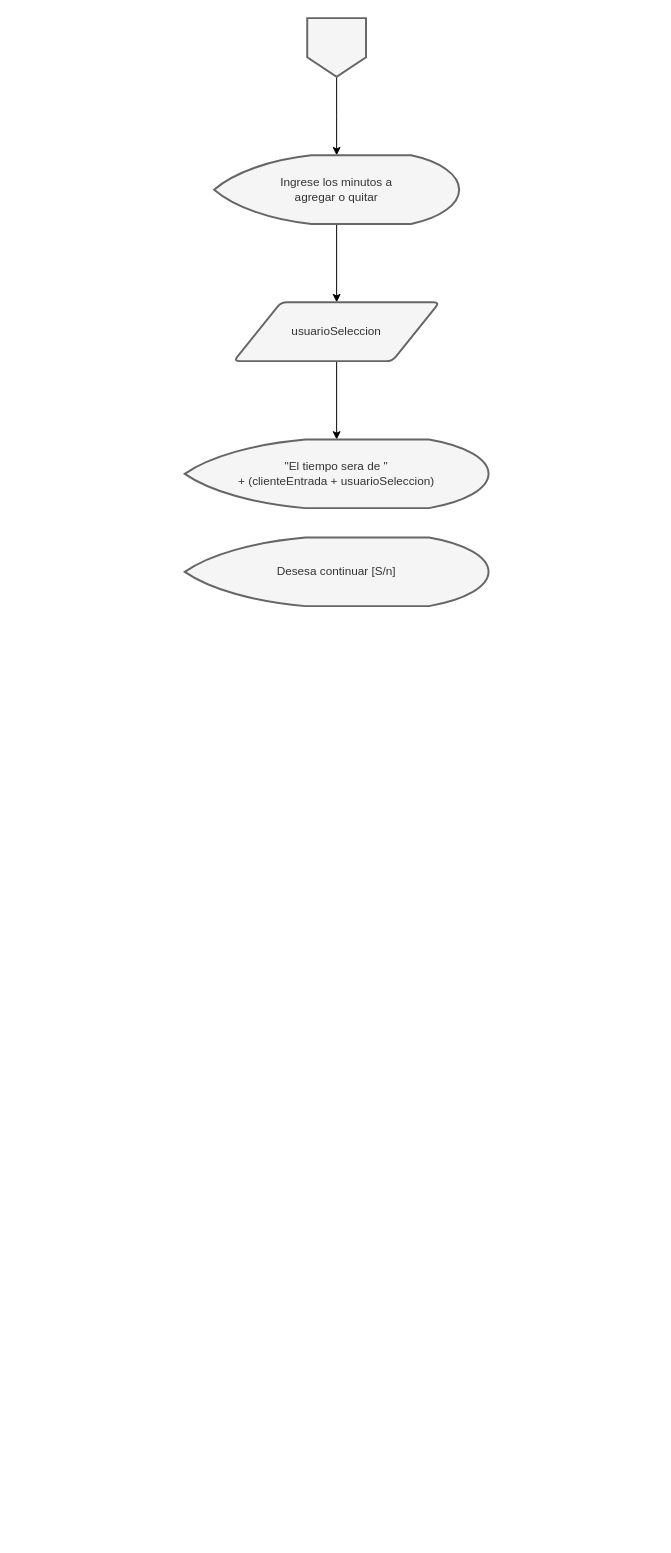
This is page "Simular Tiempo" (5 of 6) of docs/Graficos.drawio from xrmerida/SmartPark, a draw.io file, before an edit. Source tidied: cells renumbered, new cells numbered last; positions are measured from the earlier drawing's top-left corner, leaving out a move shared by most shapes. Both pictures are drawn from the tidied source at 98%, with x=0, y=0 at pixel (184, 18).
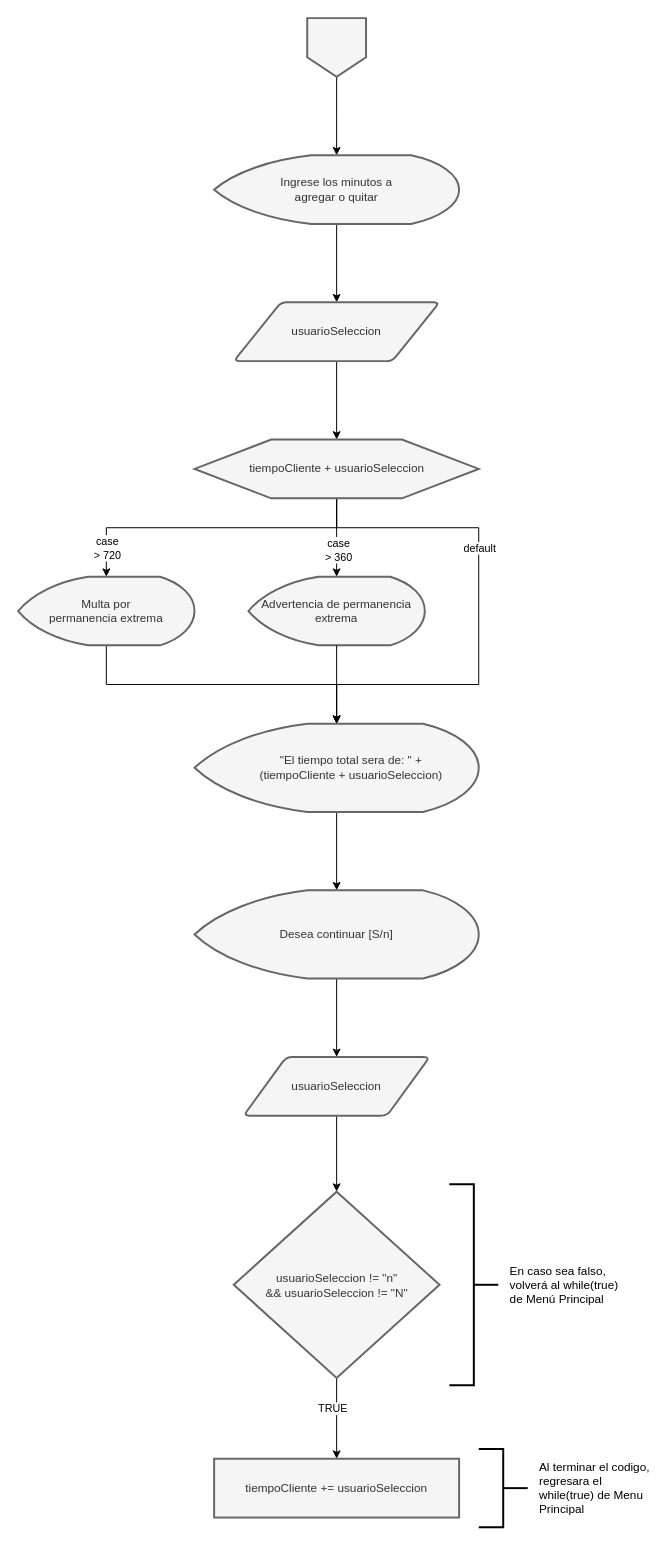
Above is the later version.

Unchanged cells that the change refers to:
```xml
<mxCell id="7" value="usuarioSeleccion" style="shape=parallelogram;html=1;strokeWidth=2;perimeter=parallelogramPerimeter;whiteSpace=wrap;rounded=1;arcSize=12;size=0.23;fillColor=#f5f5f5;fontColor=#333333;strokeColor=#666666;verticalAlign=middle;labelPosition=center;verticalLabelPosition=middle;align=center;" parent="1" vertex="1">
  <mxGeometry x="50" y="290" width="210" height="60" as="geometry" />
</mxCell>
```

The edit, as a diff of the source:
```diff
@@
-    <mxCell id="6" style="edgeStyle=orthogonalEdgeStyle;rounded=0;jettySize=auto;html=1;" parent="1" edge="1" source="7" target="8">
-      <mxGeometry relative="1" as="geometry" />
-    </mxCell>
+    <mxCell id="10" style="edgeStyle=orthogonalEdgeStyle;rounded=0;jettySize=auto;html=1;" parent="1" edge="1" source="7" target="16">
+      <mxGeometry relative="1" as="geometry" />
+    </mxCell>
@@
-    <mxCell id="8" value="&lt;div&gt;&quot;El tiempo sera de &quot;&lt;/div&gt;&lt;div&gt;+ (clienteEntrada + usuarioSeleccion)&lt;/div&gt;" style="strokeWidth=2;html=1;shape=mxgraph.flowchart.display;whiteSpace=wrap;fillColor=#f5f5f5;fontColor=#333333;strokeColor=#666666;verticalAlign=middle;labelPosition=center;verticalLabelPosition=middle;align=center;" parent="1" vertex="1">
-      <mxGeometry y="430" width="310" height="70" as="geometry" />
-    </mxCell>
-    <mxCell id="9" value="Desesa continuar [S/n]" style="strokeWidth=2;html=1;shape=mxgraph.flowchart.display;whiteSpace=wrap;fillColor=#f5f5f5;fontColor=#333333;strokeColor=#666666;verticalAlign=middle;labelPosition=center;verticalLabelPosition=middle;align=center;" parent="1" vertex="1">
-      <mxGeometry y="530" width="310" height="70" as="geometry" />
-    </mxCell>
+    <mxCell id="11" style="edgeStyle=orthogonalEdgeStyle;rounded=0;jettySize=auto;html=1;exitX=0.5;exitY=1;exitDx=0;exitDy=0;" parent="1" edge="1" source="16" target="18">
+      <mxGeometry relative="1" as="geometry">
+        <Array as="points">
+          <mxPoint x="155" y="520" />
+          <mxPoint x="-80" y="520" />
+        </Array>
+      </mxGeometry>
+    </mxCell>
+    <mxCell id="12" style="edgeStyle=orthogonalEdgeStyle;rounded=0;jettySize=auto;html=1;exitX=0.5;exitY=1;exitDx=0;exitDy=0;entryX=0.5;entryY=0;entryDx=0;entryDy=0;entryPerimeter=0;" parent="1" edge="1" source="16" target="22">
+      <mxGeometry relative="1" as="geometry">
+        <Array as="points">
+          <mxPoint x="155" y="520" />
+          <mxPoint x="300" y="520" />
+          <mxPoint x="300" y="680" />
+          <mxPoint x="155" y="680" />
+        </Array>
+      </mxGeometry>
+    </mxCell>
+    <mxCell id="13" value="default" style="edgeLabel;html=1;align=center;verticalAlign=middle;" parent="12" vertex="1">
+      <mxGeometry x="0.76" y="2" relative="1" as="geometry">
+        <mxPoint x="123" y="-142" as="offset" />
+      </mxGeometry>
+    </mxCell>
+    <mxCell id="14" style="edgeStyle=orthogonalEdgeStyle;rounded=0;jettySize=auto;html=1;exitX=0.5;exitY=1;exitDx=0;exitDy=0;" parent="1" edge="1" source="16" target="20">
+      <mxGeometry relative="1" as="geometry" />
+    </mxCell>
+    <mxCell id="15" value="&lt;div&gt;case&lt;/div&gt;&lt;div&gt;&amp;gt; 360&lt;/div&gt;" style="edgeLabel;html=1;align=center;verticalAlign=middle;" parent="14" vertex="1">
+      <mxGeometry x="0.31" y="1" relative="1" as="geometry" />
+    </mxCell>
+    <mxCell id="16" value="tiempoCliente + usuarioSeleccion" style="verticalLabelPosition=middle;verticalAlign=middle;html=1;shape=hexagon;perimeter=hexagonPerimeter2;arcSize=6;size=0.27;fillColor=#f5f5f5;fontColor=#333333;strokeColor=#666666;strokeWidth=2;labelPosition=center;align=center;" parent="1" vertex="1">
+      <mxGeometry x="10" y="430" width="290" height="60" as="geometry" />
+    </mxCell>
+    <mxCell id="17" style="edgeStyle=orthogonalEdgeStyle;rounded=0;jettySize=auto;html=1;exitX=0.5;exitY=1;exitDx=0;exitDy=0;exitPerimeter=0;" parent="1" edge="1" source="18" target="22">
+      <mxGeometry relative="1" as="geometry" />
+    </mxCell>
+    <mxCell id="18" value="&lt;div&gt;Multa por&lt;/div&gt;&lt;div&gt;permanencia extrema&lt;/div&gt;" style="strokeWidth=2;html=1;shape=mxgraph.flowchart.display;whiteSpace=wrap;fillColor=#f5f5f5;fontColor=#333333;strokeColor=#666666;verticalAlign=middle;labelPosition=center;verticalLabelPosition=middle;align=center;" parent="1" vertex="1">
+      <mxGeometry x="-170" y="570" width="180" height="70" as="geometry" />
+    </mxCell>
+    <mxCell id="19" value="&lt;div&gt;case&lt;/div&gt;&lt;div&gt;&amp;gt; 720&lt;/div&gt;" style="edgeLabel;html=1;align=center;verticalAlign=middle;" parent="1" vertex="1">
+      <mxGeometry x="-80" y="540" as="geometry" />
+    </mxCell>
+    <mxCell id="20" value="Advertencia de permanencia extrema" style="strokeWidth=2;html=1;shape=mxgraph.flowchart.display;whiteSpace=wrap;fillColor=#f5f5f5;fontColor=#333333;strokeColor=#666666;verticalAlign=middle;labelPosition=center;verticalLabelPosition=middle;align=center;" parent="1" vertex="1">
+      <mxGeometry x="65" y="570" width="180" height="70" as="geometry" />
+    </mxCell>
+    <mxCell id="21" style="edgeStyle=orthogonalEdgeStyle;rounded=0;jettySize=auto;html=1;" parent="1" edge="1" source="22" target="25">
+      <mxGeometry relative="1" as="geometry" />
+    </mxCell>
+    <mxCell id="22" value="&lt;div&gt;&amp;nbsp; &amp;nbsp; &amp;nbsp; &amp;nbsp; &amp;nbsp; &quot;El tiempo total sera de: &quot; +&amp;nbsp;&lt;/div&gt;&lt;div&gt;&amp;nbsp; &amp;nbsp; &amp;nbsp; &amp;nbsp; &amp;nbsp;(tiempoCliente + usuarioSeleccion)&lt;/div&gt;" style="strokeWidth=2;html=1;shape=mxgraph.flowchart.display;whiteSpace=wrap;fillColor=#f5f5f5;fontColor=#333333;strokeColor=#666666;verticalAlign=middle;labelPosition=center;verticalLabelPosition=middle;align=center;" parent="1" vertex="1">
+      <mxGeometry x="10" y="720" width="290" height="90" as="geometry" />
+    </mxCell>
+    <mxCell id="23" style="edgeStyle=orthogonalEdgeStyle;rounded=0;jettySize=auto;html=1;exitX=0.5;exitY=1;exitDx=0;exitDy=0;exitPerimeter=0;entryX=0.5;entryY=0;entryDx=0;entryDy=0;entryPerimeter=0;" parent="1" edge="1" source="20" target="22">
+      <mxGeometry relative="1" as="geometry" />
+    </mxCell>
+    <mxCell id="24" style="edgeStyle=orthogonalEdgeStyle;rounded=0;jettySize=auto;html=1;" parent="1" edge="1" source="25" target="27">
+      <mxGeometry relative="1" as="geometry" />
+    </mxCell>
+    <mxCell id="25" value="Desea continuar [S/n]" style="strokeWidth=2;html=1;shape=mxgraph.flowchart.display;whiteSpace=wrap;fillColor=#f5f5f5;fontColor=#333333;strokeColor=#666666;verticalAlign=middle;labelPosition=center;verticalLabelPosition=middle;align=center;" parent="1" vertex="1">
+      <mxGeometry x="10" y="890" width="290" height="90" as="geometry" />
+    </mxCell>
+    <mxCell id="26" style="edgeStyle=orthogonalEdgeStyle;rounded=0;jettySize=auto;html=1;" parent="1" edge="1" source="27" target="30">
+      <mxGeometry relative="1" as="geometry" />
+    </mxCell>
+    <mxCell id="27" value="usuarioSeleccion" style="shape=parallelogram;html=1;strokeWidth=2;perimeter=parallelogramPerimeter;whiteSpace=wrap;rounded=1;arcSize=12;size=0.23;fillColor=#f5f5f5;fontColor=#333333;strokeColor=#666666;verticalAlign=middle;align=center;labelPosition=center;verticalLabelPosition=middle;" parent="1" vertex="1">
+      <mxGeometry x="60" y="1060" width="190" height="60" as="geometry" />
+    </mxCell>
+    <mxCell id="28" style="edgeStyle=orthogonalEdgeStyle;rounded=0;jettySize=auto;html=1;" parent="1" edge="1" source="30" target="33">
+      <mxGeometry relative="1" as="geometry" />
+    </mxCell>
+    <mxCell id="29" value="TRUE" style="edgeLabel;html=1;align=center;verticalAlign=middle;" parent="28" vertex="1">
+      <mxGeometry x="-0.26" y="3" relative="1" as="geometry">
+        <mxPoint x="-8" as="offset" />
+      </mxGeometry>
+    </mxCell>
+    <mxCell id="30" value="&lt;div&gt;usuarioSeleccion != &quot;n&quot;&lt;/div&gt;&lt;div&gt;&amp;amp;&amp;amp; usuarioSeleccion != &quot;N&quot;&lt;/div&gt;" style="strokeWidth=2;html=1;shape=mxgraph.flowchart.decision;fillColor=#f5f5f5;fontColor=#333333;strokeColor=#666666;verticalAlign=middle;align=center;labelPosition=center;verticalLabelPosition=middle;shadow=0;" parent="1" vertex="1">
+      <mxGeometry x="50" y="1197.5" width="210" height="190" as="geometry" />
+    </mxCell>
+    <mxCell id="31" style="strokeWidth=2;html=1;shape=mxgraph.flowchart.annotation_2;align=left;labelPosition=right;rotation=-180;" parent="1" vertex="1">
+      <mxGeometry x="270" y="1190" width="50" height="205" as="geometry" />
+    </mxCell>
+    <mxCell id="32" value="En caso sea falso, volverá al while(true) de Menú Principal" style="text;html=1;whiteSpace=wrap;strokeColor=none;fillColor=none;align=left;verticalAlign=middle;rounded=0;" parent="1" vertex="1">
+      <mxGeometry x="330" y="1195" width="120" height="195" as="geometry" />
+    </mxCell>
+    <mxCell id="33" value="tiempoCliente += usuarioSeleccion" style="rounded=0;whiteSpace=wrap;html=1;fillColor=#f5f5f5;fontColor=#333333;strokeColor=#666666;strokeWidth=2;verticalAlign=middle;labelPosition=center;verticalLabelPosition=middle;align=center;" parent="1" vertex="1">
+      <mxGeometry x="30" y="1470" width="250" height="60" as="geometry" />
+    </mxCell>
+    <mxCell id="34" style="strokeWidth=2;html=1;shape=mxgraph.flowchart.annotation_2;align=left;labelPosition=right;rotation=-180;" parent="1" vertex="1">
+      <mxGeometry x="300" y="1460" width="50" height="80" as="geometry" />
+    </mxCell>
+    <mxCell id="35" value="Al terminar el codigo, regresara el while(true) de Menu Principal" style="text;html=1;whiteSpace=wrap;strokeColor=none;fillColor=none;align=left;verticalAlign=middle;rounded=0;" parent="1" vertex="1">
+      <mxGeometry x="360" y="1450" width="120" height="100" as="geometry" />
+    </mxCell>
```
